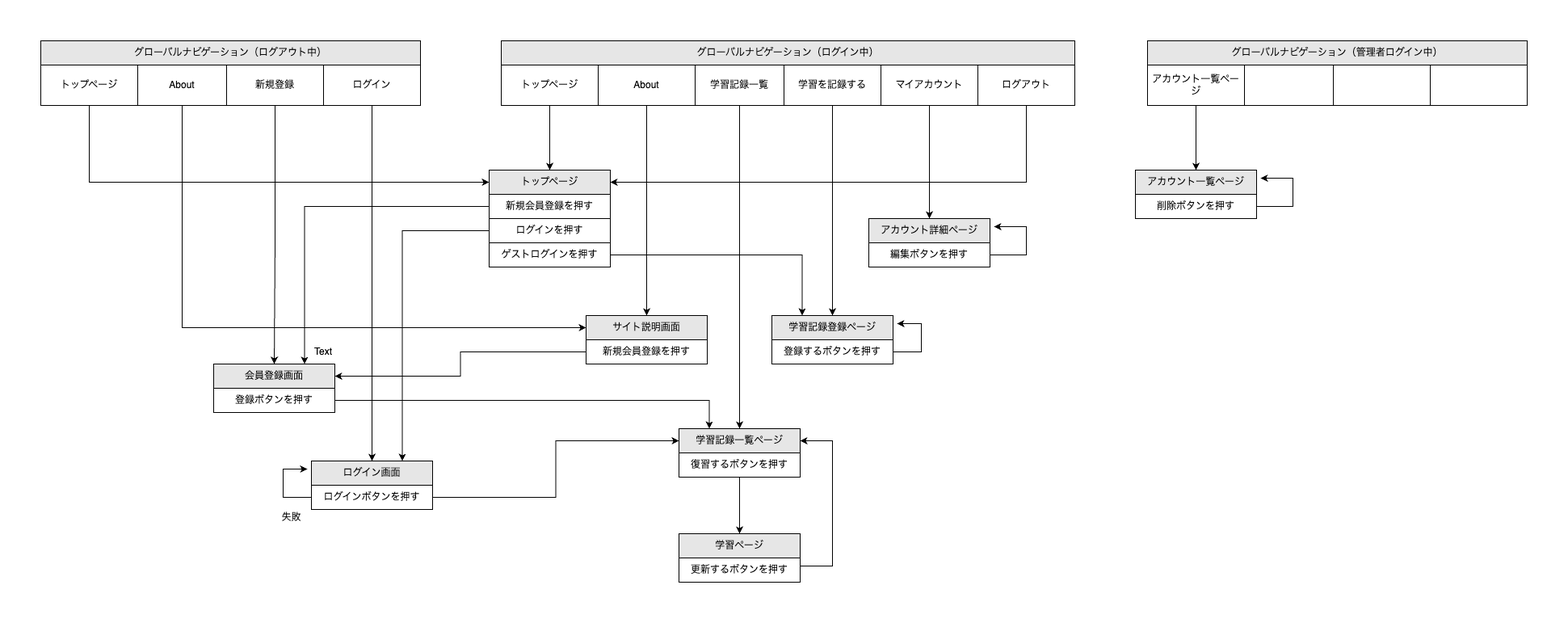
Before: app/assets/images/screen_transition_diagram.png, a diagram exported from draw.io (takaya8522/Study_Support_App). Source tidied: cells renumbered, new cells last; positions are measured from the earlier drawing's top-left corner, leaving out a move shared by most shapes. Source of this version:
```xml
<mxGraphModel background="#FFFFFF">
  <root>
    <mxCell id="0" />
    <mxCell id="1" parent="0" />
    <mxCell id="2" value="グローバルナビゲーション（ログアウト中）" style="rounded=0;whiteSpace=wrap;html=1;shadow=0;strokeColor=default;fillColor=#E6E6E6;" parent="1" vertex="1">
      <mxGeometry width="470" height="30" as="geometry" />
    </mxCell>
    <mxCell id="3" style="rounded=0;whiteSpace=wrap;html=1;shadow=0;strokeColor=default;fillColor=default;opacity=0;" parent="1" vertex="1">
      <mxGeometry x="120" y="30" width="120" height="60" as="geometry" />
    </mxCell>
    <mxCell id="4" style="edgeStyle=orthogonalEdgeStyle;rounded=0;jettySize=auto;html=1;entryX=0;entryY=0.5;entryDx=0;entryDy=0;" parent="1" edge="1" source="5" target="29">
      <mxGeometry relative="1" as="geometry">
        <Array as="points">
          <mxPoint x="175" y="355" />
        </Array>
      </mxGeometry>
    </mxCell>
    <mxCell id="5" value="About" style="rounded=0;whiteSpace=wrap;html=1;shadow=0;strokeColor=default;fillColor=none;" parent="1" vertex="1">
      <mxGeometry x="120" y="30" width="110" height="50" as="geometry" />
    </mxCell>
    <mxCell id="6" style="edgeStyle=orthogonalEdgeStyle;rounded=0;jettySize=auto;html=1;" parent="1" edge="1" source="7" target="36">
      <mxGeometry relative="1" as="geometry" />
    </mxCell>
    <mxCell id="7" value="新規登録" style="rounded=0;whiteSpace=wrap;html=1;shadow=0;strokeColor=default;fillColor=none;" parent="1" vertex="1">
      <mxGeometry x="230" y="30" width="120" height="50" as="geometry" />
    </mxCell>
    <mxCell id="8" style="edgeStyle=orthogonalEdgeStyle;rounded=0;jettySize=auto;html=1;entryX=0.5;entryY=0;entryDx=0;entryDy=0;" parent="1" edge="1" source="9" target="32">
      <mxGeometry relative="1" as="geometry" />
    </mxCell>
    <mxCell id="9" value="ログイン" style="rounded=0;whiteSpace=wrap;html=1;shadow=0;strokeColor=default;fillColor=none;" parent="1" vertex="1">
      <mxGeometry x="350" y="30" width="120" height="50" as="geometry" />
    </mxCell>
    <mxCell id="10" value="グローバルナビゲーション（ログイン中）" style="rounded=0;whiteSpace=wrap;html=1;shadow=0;strokeColor=default;fillColor=#E6E6E6;" parent="1" vertex="1">
      <mxGeometry x="570" width="710" height="30" as="geometry" />
    </mxCell>
    <mxCell id="11" style="rounded=0;whiteSpace=wrap;html=1;shadow=0;strokeColor=default;fillColor=default;opacity=0;" parent="1" vertex="1">
      <mxGeometry x="810" y="30" width="120" height="60" as="geometry" />
    </mxCell>
    <mxCell id="12" style="edgeStyle=orthogonalEdgeStyle;rounded=0;jettySize=auto;html=1;" parent="1" edge="1" source="13" target="52">
      <mxGeometry relative="1" as="geometry" />
    </mxCell>
    <mxCell id="13" value="学習記録一覧" style="rounded=0;whiteSpace=wrap;html=1;shadow=0;strokeColor=default;fillColor=none;" parent="1" vertex="1">
      <mxGeometry x="810" y="30" width="110" height="50" as="geometry" />
    </mxCell>
    <mxCell id="14" style="edgeStyle=orthogonalEdgeStyle;rounded=0;jettySize=auto;html=1;entryX=0.5;entryY=0;entryDx=0;entryDy=0;" parent="1" edge="1" source="15" target="55">
      <mxGeometry relative="1" as="geometry" />
    </mxCell>
    <mxCell id="15" value="学習を記録する" style="rounded=0;whiteSpace=wrap;html=1;shadow=0;strokeColor=default;fillColor=none;" parent="1" vertex="1">
      <mxGeometry x="920" y="30" width="120" height="50" as="geometry" />
    </mxCell>
    <mxCell id="16" style="edgeStyle=orthogonalEdgeStyle;rounded=0;jettySize=auto;html=1;" parent="1" edge="1" source="17" target="39">
      <mxGeometry relative="1" as="geometry" />
    </mxCell>
    <mxCell id="17" value="マイアカウント" style="rounded=0;whiteSpace=wrap;html=1;shadow=0;strokeColor=default;fillColor=none;" parent="1" vertex="1">
      <mxGeometry x="1040" y="30" width="120" height="50" as="geometry" />
    </mxCell>
    <mxCell id="18" style="edgeStyle=orthogonalEdgeStyle;rounded=0;jettySize=auto;html=1;entryX=1;entryY=0.5;entryDx=0;entryDy=0;" parent="1" edge="1" source="19" target="26">
      <mxGeometry relative="1" as="geometry">
        <Array as="points">
          <mxPoint x="1220" y="175" />
        </Array>
      </mxGeometry>
    </mxCell>
    <mxCell id="19" value="ログアウト" style="rounded=0;whiteSpace=wrap;html=1;shadow=0;strokeColor=default;fillColor=none;" parent="1" vertex="1">
      <mxGeometry x="1160" y="30" width="120" height="50" as="geometry" />
    </mxCell>
    <mxCell id="20" style="edgeStyle=orthogonalEdgeStyle;rounded=0;jettySize=auto;html=1;entryX=0.5;entryY=0;entryDx=0;entryDy=0;" parent="1" edge="1" source="21" target="26">
      <mxGeometry relative="1" as="geometry" />
    </mxCell>
    <mxCell id="21" value="トップページ" style="rounded=0;whiteSpace=wrap;html=1;shadow=0;strokeColor=default;fillColor=none;" parent="1" vertex="1">
      <mxGeometry x="570" y="30" width="120" height="50" as="geometry" />
    </mxCell>
    <mxCell id="22" style="edgeStyle=orthogonalEdgeStyle;rounded=0;jettySize=auto;html=1;entryX=0;entryY=0.5;entryDx=0;entryDy=0;" parent="1" edge="1" source="23" target="26">
      <mxGeometry relative="1" as="geometry">
        <Array as="points">
          <mxPoint x="60" y="175" />
        </Array>
      </mxGeometry>
    </mxCell>
    <mxCell id="23" value="トップページ" style="rounded=0;whiteSpace=wrap;html=1;shadow=0;strokeColor=default;fillColor=none;" parent="1" vertex="1">
      <mxGeometry y="30" width="120" height="50" as="geometry" />
    </mxCell>
    <mxCell id="24" style="edgeStyle=orthogonalEdgeStyle;rounded=0;jettySize=auto;html=1;" parent="1" edge="1" source="25" target="29">
      <mxGeometry relative="1" as="geometry" />
    </mxCell>
    <mxCell id="25" value="About" style="rounded=0;whiteSpace=wrap;html=1;shadow=0;strokeColor=default;fillColor=none;" parent="1" vertex="1">
      <mxGeometry x="690" y="30" width="120" height="50" as="geometry" />
    </mxCell>
    <mxCell id="26" value="トップページ" style="rounded=0;whiteSpace=wrap;html=1;shadow=0;strokeColor=default;fillColor=#E6E6E6;" parent="1" vertex="1">
      <mxGeometry x="555" y="160" width="150" height="30" as="geometry" />
    </mxCell>
    <mxCell id="27" style="edgeStyle=orthogonalEdgeStyle;rounded=0;jettySize=auto;html=1;entryX=0.75;entryY=0;entryDx=0;entryDy=0;" parent="1" edge="1" source="28" target="36">
      <mxGeometry relative="1" as="geometry" />
    </mxCell>
    <mxCell id="28" value="新規会員登録を押す" style="rounded=0;whiteSpace=wrap;html=1;shadow=0;strokeColor=default;fillColor=none;" parent="1" vertex="1">
      <mxGeometry x="555" y="190" width="150" height="30" as="geometry" />
    </mxCell>
    <mxCell id="29" value="サイト説明画面" style="rounded=0;whiteSpace=wrap;html=1;shadow=0;strokeColor=default;fillColor=#E6E6E6;" parent="1" vertex="1">
      <mxGeometry x="675" y="340" width="150" height="30" as="geometry" />
    </mxCell>
    <mxCell id="30" style="edgeStyle=orthogonalEdgeStyle;rounded=0;jettySize=auto;html=1;entryX=1;entryY=0.5;entryDx=0;entryDy=0;" parent="1" edge="1" source="31" target="36">
      <mxGeometry relative="1" as="geometry" />
    </mxCell>
    <mxCell id="31" value="新規会員登録を押す" style="rounded=0;whiteSpace=wrap;html=1;shadow=0;strokeColor=default;fillColor=none;" parent="1" vertex="1">
      <mxGeometry x="675" y="370" width="150" height="30" as="geometry" />
    </mxCell>
    <mxCell id="32" value="ログイン画面" style="rounded=0;whiteSpace=wrap;html=1;shadow=0;strokeColor=default;fillColor=#E6E6E6;" parent="1" vertex="1">
      <mxGeometry x="335" y="520" width="150" height="30" as="geometry" />
    </mxCell>
    <mxCell id="33" style="edgeStyle=orthogonalEdgeStyle;rounded=0;jettySize=auto;html=1;entryX=0;entryY=0.5;entryDx=0;entryDy=0;" parent="1" edge="1" source="35" target="52">
      <mxGeometry relative="1" as="geometry" />
    </mxCell>
    <mxCell id="34" style="edgeStyle=orthogonalEdgeStyle;rounded=0;jettySize=auto;html=1;" parent="1" edge="1" source="35">
      <mxGeometry relative="1" as="geometry">
        <mxPoint x="330" y="530" as="targetPoint" />
        <Array as="points">
          <mxPoint x="300" y="565" />
          <mxPoint x="300" y="530" />
        </Array>
      </mxGeometry>
    </mxCell>
    <mxCell id="35" value="ログインボタンを押す" style="rounded=0;whiteSpace=wrap;html=1;shadow=0;strokeColor=default;fillColor=none;" parent="1" vertex="1">
      <mxGeometry x="335" y="550" width="150" height="30" as="geometry" />
    </mxCell>
    <mxCell id="36" value="会員登録画面" style="rounded=0;whiteSpace=wrap;html=1;shadow=0;strokeColor=default;fillColor=#E6E6E6;" parent="1" vertex="1">
      <mxGeometry x="214" y="400" width="150" height="30" as="geometry" />
    </mxCell>
    <mxCell id="37" style="edgeStyle=orthogonalEdgeStyle;rounded=0;jettySize=auto;html=1;entryX=0.25;entryY=0;entryDx=0;entryDy=0;" parent="1" edge="1" source="38" target="52">
      <mxGeometry relative="1" as="geometry" />
    </mxCell>
    <mxCell id="38" value="登録ボタンを押す" style="rounded=0;whiteSpace=wrap;html=1;shadow=0;strokeColor=default;fillColor=none;" parent="1" vertex="1">
      <mxGeometry x="214" y="430" width="150" height="30" as="geometry" />
    </mxCell>
    <mxCell id="39" value="アカウント詳細ページ" style="rounded=0;whiteSpace=wrap;html=1;shadow=0;strokeColor=default;fillColor=#E6E6E6;" parent="1" vertex="1">
      <mxGeometry x="1025" y="220" width="150" height="30" as="geometry" />
    </mxCell>
    <mxCell id="40" style="edgeStyle=orthogonalEdgeStyle;rounded=0;jettySize=auto;html=1;" parent="1" edge="1" source="41">
      <mxGeometry relative="1" as="geometry">
        <mxPoint x="1180" y="230" as="targetPoint" />
        <Array as="points">
          <mxPoint x="1220" y="265" />
          <mxPoint x="1220" y="230" />
        </Array>
      </mxGeometry>
    </mxCell>
    <mxCell id="41" value="編集ボタンを押す" style="rounded=0;whiteSpace=wrap;html=1;shadow=0;strokeColor=default;fillColor=none;" parent="1" vertex="1">
      <mxGeometry x="1025" y="250" width="150" height="30" as="geometry" />
    </mxCell>
    <mxCell id="42" value="アカウント一覧ページ" style="rounded=0;whiteSpace=wrap;html=1;shadow=0;strokeColor=default;fillColor=#E6E6E6;" parent="1" vertex="1">
      <mxGeometry x="1355" y="160" width="150" height="30" as="geometry" />
    </mxCell>
    <mxCell id="43" style="edgeStyle=orthogonalEdgeStyle;rounded=0;jettySize=auto;html=1;" parent="1" edge="1" source="44">
      <mxGeometry relative="1" as="geometry">
        <mxPoint x="1510" y="170" as="targetPoint" />
        <Array as="points">
          <mxPoint x="1550" y="205" />
          <mxPoint x="1550" y="170" />
        </Array>
      </mxGeometry>
    </mxCell>
    <mxCell id="44" value="削除ボタンを押す" style="rounded=0;whiteSpace=wrap;html=1;shadow=0;strokeColor=default;fillColor=none;" parent="1" vertex="1">
      <mxGeometry x="1355" y="190" width="150" height="30" as="geometry" />
    </mxCell>
    <mxCell id="45" value="グローバルナビゲーション（管理者ログイン中）" style="rounded=0;whiteSpace=wrap;html=1;shadow=0;strokeColor=default;fillColor=#E6E6E6;" parent="1" vertex="1">
      <mxGeometry x="1370" width="470" height="30" as="geometry" />
    </mxCell>
    <mxCell id="46" style="rounded=0;whiteSpace=wrap;html=1;shadow=0;strokeColor=default;fillColor=default;opacity=0;" parent="1" vertex="1">
      <mxGeometry x="1490" y="30" width="120" height="60" as="geometry" />
    </mxCell>
    <mxCell id="47" style="rounded=0;whiteSpace=wrap;html=1;shadow=0;strokeColor=default;fillColor=none;" parent="1" vertex="1">
      <mxGeometry x="1490" y="30" width="110" height="50" as="geometry" />
    </mxCell>
    <mxCell id="48" style="rounded=0;whiteSpace=wrap;html=1;shadow=0;strokeColor=default;fillColor=none;" parent="1" vertex="1">
      <mxGeometry x="1600" y="30" width="120" height="50" as="geometry" />
    </mxCell>
    <mxCell id="49" style="rounded=0;whiteSpace=wrap;html=1;shadow=0;strokeColor=default;fillColor=none;" parent="1" vertex="1">
      <mxGeometry x="1720" y="30" width="120" height="50" as="geometry" />
    </mxCell>
    <mxCell id="50" style="edgeStyle=orthogonalEdgeStyle;rounded=0;jettySize=auto;html=1;entryX=0.5;entryY=0;entryDx=0;entryDy=0;" parent="1" edge="1" source="51" target="42">
      <mxGeometry relative="1" as="geometry" />
    </mxCell>
    <mxCell id="51" value="アカウント一覧ページ" style="rounded=0;whiteSpace=wrap;html=1;shadow=0;strokeColor=default;fillColor=none;" parent="1" vertex="1">
      <mxGeometry x="1370" y="30" width="120" height="50" as="geometry" />
    </mxCell>
    <mxCell id="52" value="学習記録一覧ページ" style="rounded=0;whiteSpace=wrap;html=1;shadow=0;strokeColor=default;fillColor=#E6E6E6;" parent="1" vertex="1">
      <mxGeometry x="790" y="480" width="150" height="30" as="geometry" />
    </mxCell>
    <mxCell id="53" style="edgeStyle=orthogonalEdgeStyle;rounded=0;jettySize=auto;html=1;entryX=0.5;entryY=0;entryDx=0;entryDy=0;" parent="1" edge="1" source="54" target="58">
      <mxGeometry relative="1" as="geometry" />
    </mxCell>
    <mxCell id="54" value="復習するボタンを押す" style="rounded=0;whiteSpace=wrap;html=1;shadow=0;strokeColor=default;fillColor=none;" parent="1" vertex="1">
      <mxGeometry x="790" y="510" width="150" height="30" as="geometry" />
    </mxCell>
    <mxCell id="55" value="学習記録登録ページ" style="rounded=0;whiteSpace=wrap;html=1;shadow=0;strokeColor=default;fillColor=#E6E6E6;" parent="1" vertex="1">
      <mxGeometry x="905" y="340" width="150" height="30" as="geometry" />
    </mxCell>
    <mxCell id="56" style="edgeStyle=orthogonalEdgeStyle;rounded=0;jettySize=auto;html=1;" parent="1" edge="1" source="57">
      <mxGeometry relative="1" as="geometry">
        <mxPoint x="1060" y="350" as="targetPoint" />
        <Array as="points">
          <mxPoint x="1090" y="385" />
          <mxPoint x="1090" y="350" />
        </Array>
      </mxGeometry>
    </mxCell>
    <mxCell id="57" value="登録するボタンを押す" style="rounded=0;whiteSpace=wrap;html=1;shadow=0;strokeColor=default;fillColor=none;" parent="1" vertex="1">
      <mxGeometry x="905" y="370" width="150" height="30" as="geometry" />
    </mxCell>
    <mxCell id="58" value="学習ページ" style="rounded=0;whiteSpace=wrap;html=1;shadow=0;strokeColor=default;fillColor=#E6E6E6;" parent="1" vertex="1">
      <mxGeometry x="790" y="610" width="150" height="30" as="geometry" />
    </mxCell>
    <mxCell id="59" style="edgeStyle=orthogonalEdgeStyle;rounded=0;jettySize=auto;html=1;entryX=1;entryY=0.5;entryDx=0;entryDy=0;" parent="1" edge="1" source="60" target="52">
      <mxGeometry relative="1" as="geometry">
        <Array as="points">
          <mxPoint x="980" y="650" />
          <mxPoint x="980" y="495" />
        </Array>
      </mxGeometry>
    </mxCell>
    <mxCell id="60" value="更新するボタンを押す" style="rounded=0;whiteSpace=wrap;html=1;shadow=0;strokeColor=default;fillColor=none;" parent="1" vertex="1">
      <mxGeometry x="790" y="640" width="150" height="30" as="geometry" />
    </mxCell>
    <mxCell id="61" style="edgeStyle=orthogonalEdgeStyle;rounded=0;jettySize=auto;html=1;entryX=0.75;entryY=0;entryDx=0;entryDy=0;" parent="1" edge="1" source="62" target="32">
      <mxGeometry relative="1" as="geometry" />
    </mxCell>
    <mxCell id="62" value="ログインを押す" style="rounded=0;whiteSpace=wrap;html=1;shadow=0;strokeColor=default;fillColor=none;" parent="1" vertex="1">
      <mxGeometry x="555" y="220" width="150" height="30" as="geometry" />
    </mxCell>
    <mxCell id="63" style="edgeStyle=orthogonalEdgeStyle;rounded=0;jettySize=auto;html=1;entryX=0.25;entryY=0;entryDx=0;entryDy=0;" parent="1" edge="1" source="64" target="55">
      <mxGeometry relative="1" as="geometry" />
    </mxCell>
    <mxCell id="64" value="ゲストログインを押す" style="rounded=0;whiteSpace=wrap;html=1;shadow=0;strokeColor=default;fillColor=none;" parent="1" vertex="1">
      <mxGeometry x="555" y="250" width="150" height="30" as="geometry" />
    </mxCell>
    <mxCell id="65" value="Text" style="text;html=1;strokeColor=none;fillColor=none;align=center;verticalAlign=middle;whiteSpace=wrap;rounded=0;shadow=0;opacity=0;" parent="1" vertex="1">
      <mxGeometry x="320" y="370" width="60" height="30" as="geometry" />
    </mxCell>
    <mxCell id="66" value="失敗" style="text;html=1;align=center;verticalAlign=middle;strokeColor=none;fillColor=none;" parent="1" vertex="1">
      <mxGeometry x="285" y="575" width="50" height="30" as="geometry" />
    </mxCell>
  </root>
</mxGraphModel>
```
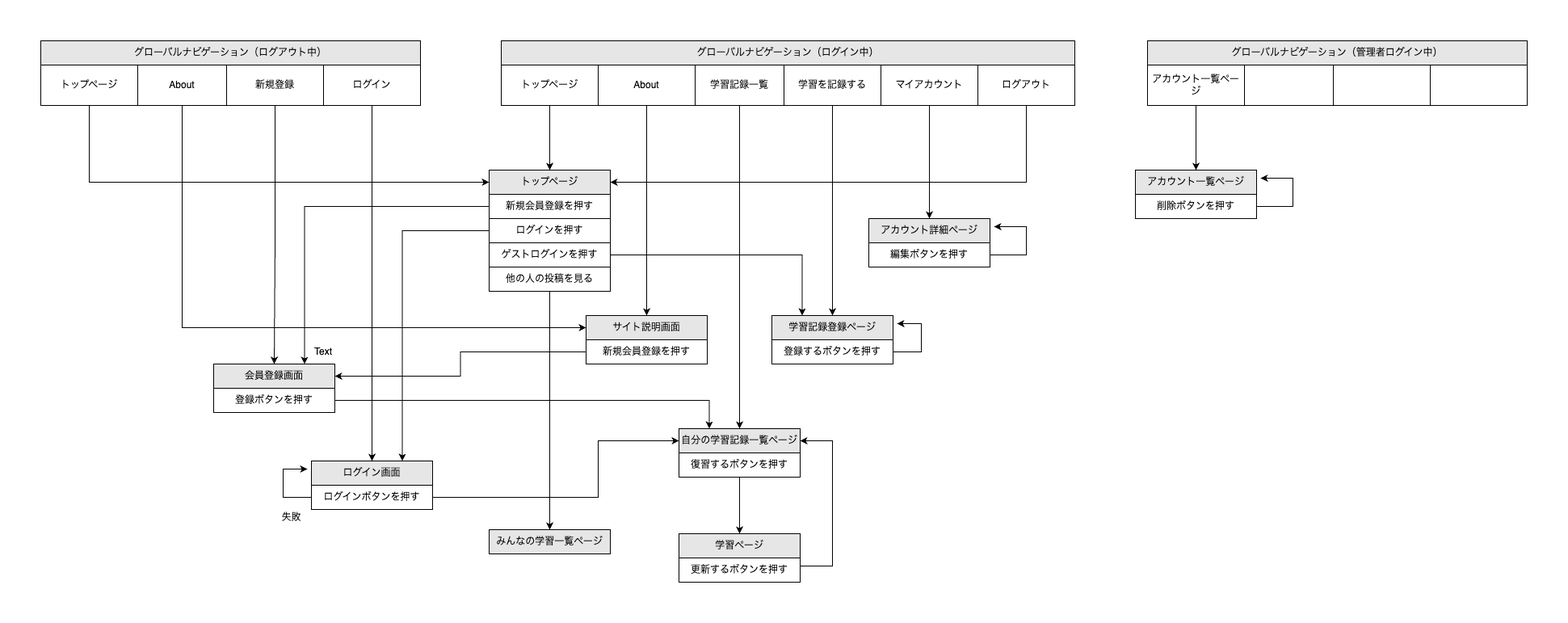
Above is the later version.

Commit message:
📚README 画面遷移図修正

Diff of the diagram source:
```diff
@@ -108,7 +108,12 @@
       <mxGeometry x="335" y="520" width="150" height="30" as="geometry" />
     </mxCell>
     <mxCell id="33" style="edgeStyle=orthogonalEdgeStyle;rounded=0;jettySize=auto;html=1;entryX=0;entryY=0.5;entryDx=0;entryDy=0;" parent="1" edge="1" source="35" target="52">
-      <mxGeometry relative="1" as="geometry" />
+      <mxGeometry relative="1" as="geometry">
+        <Array as="points">
+          <mxPoint x="690" y="565" />
+          <mxPoint x="690" y="495" />
+        </Array>
+      </mxGeometry>
     </mxCell>
     <mxCell id="34" style="edgeStyle=orthogonalEdgeStyle;rounded=0;jettySize=auto;html=1;" parent="1" edge="1" source="35">
       <mxGeometry relative="1" as="geometry">
@@ -182,7 +187,7 @@
     <mxCell id="51" value="アカウント一覧ページ" style="rounded=0;whiteSpace=wrap;html=1;shadow=0;strokeColor=default;fillColor=none;" parent="1" vertex="1">
       <mxGeometry x="1370" y="30" width="120" height="50" as="geometry" />
     </mxCell>
-    <mxCell id="52" value="学習記録一覧ページ" style="rounded=0;whiteSpace=wrap;html=1;shadow=0;strokeColor=default;fillColor=#E6E6E6;" parent="1" vertex="1">
+    <mxCell id="52" value="自分の学習記録一覧ページ" style="rounded=0;whiteSpace=wrap;html=1;shadow=0;strokeColor=default;fillColor=#E6E6E6;" parent="1" vertex="1">
       <mxGeometry x="790" y="480" width="150" height="30" as="geometry" />
     </mxCell>
     <mxCell id="53" style="edgeStyle=orthogonalEdgeStyle;rounded=0;jettySize=auto;html=1;entryX=0.5;entryY=0;entryDx=0;entryDy=0;" parent="1" edge="1" source="54" target="58">
@@ -238,5 +243,14 @@
     <mxCell id="66" value="失敗" style="text;html=1;align=center;verticalAlign=middle;strokeColor=none;fillColor=none;" parent="1" vertex="1">
       <mxGeometry x="285" y="575" width="50" height="30" as="geometry" />
     </mxCell>
+    <mxCell id="67" style="edgeStyle=orthogonalEdgeStyle;rounded=0;jettySize=auto;html=1;entryX=0.5;entryY=0;entryDx=0;entryDy=0;" parent="1" edge="1" source="68" target="69">
+      <mxGeometry relative="1" as="geometry" />
+    </mxCell>
+    <mxCell id="68" value="他の人の投稿を見る" style="rounded=0;whiteSpace=wrap;html=1;shadow=0;strokeColor=default;fillColor=none;" parent="1" vertex="1">
+      <mxGeometry x="555" y="280" width="150" height="30" as="geometry" />
+    </mxCell>
+    <mxCell id="69" value="みんなの学習一覧ページ" style="rounded=0;whiteSpace=wrap;html=1;shadow=0;strokeColor=default;fillColor=#E6E6E6;" parent="1" vertex="1">
+      <mxGeometry x="555" y="605" width="150" height="30" as="geometry" />
+    </mxCell>
   </root>
 </mxGraphModel>
```
